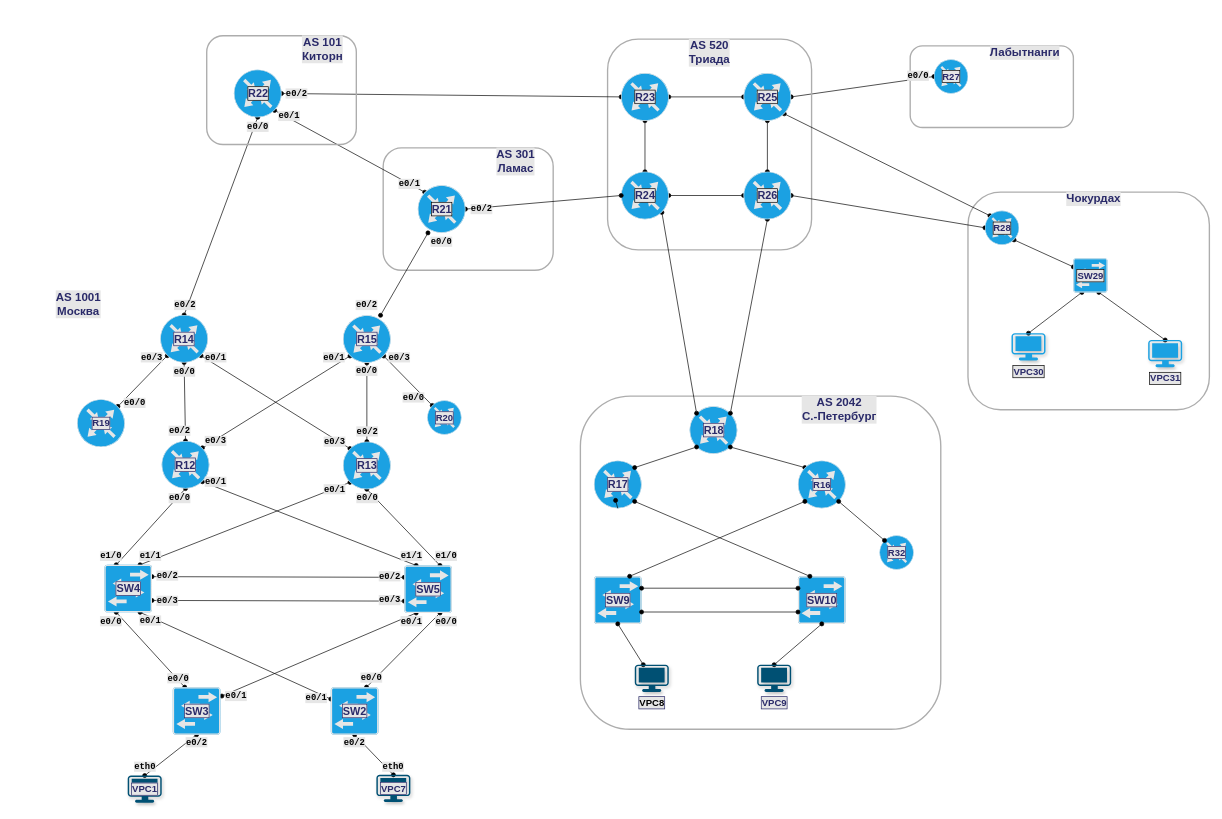
The draw.io diagram Labworks/Lab_04/Labs_Network.drawio in lazarevia/NetEngineer, before the edit. Source tidied: cells renumbered, new cells numbered last; positions are measured from the earlier drawing's top-left corner, leaving out a move shared by most shapes. Both pictures are drawn from the tidied source at 68%, with x=0, y=0 at pixel (50, 35).
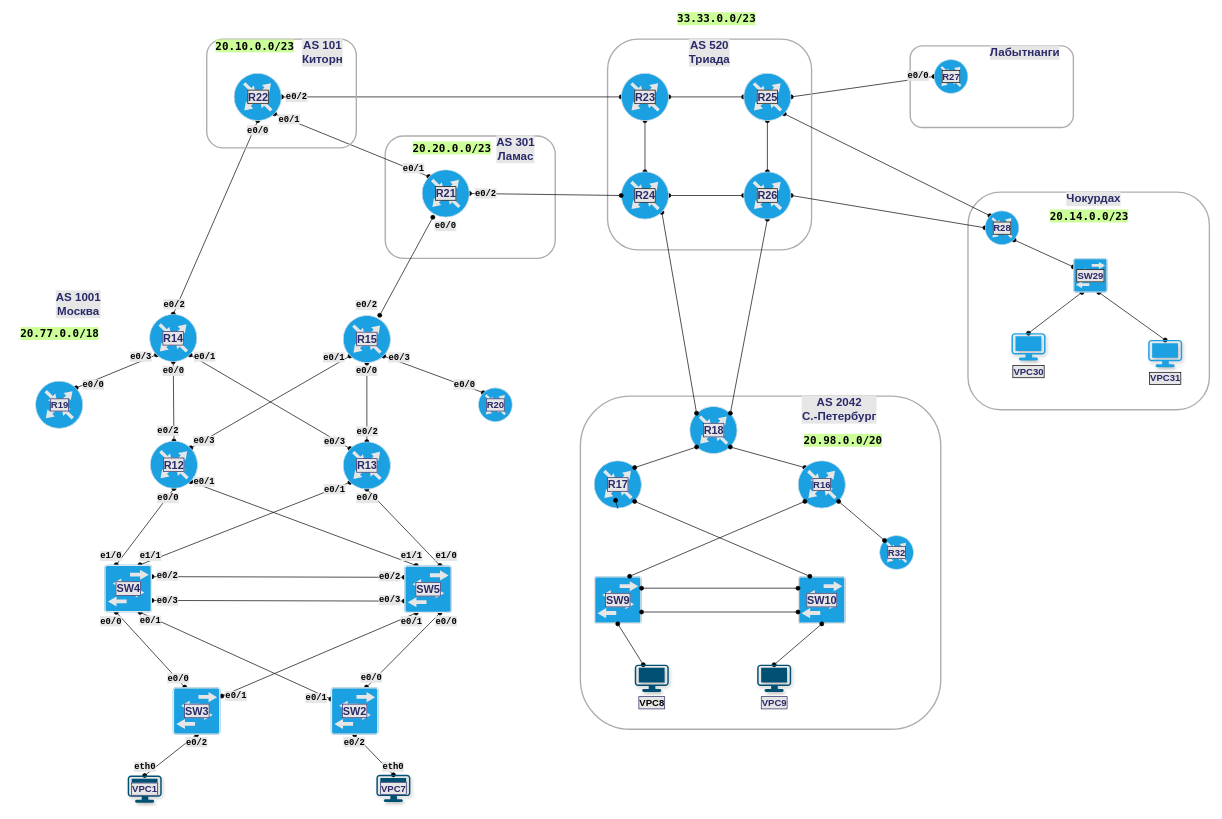
The same diagram, later.

Unchanged cells that the change refers to:
```xml
<mxCell id="8" style="group;" parent="1" vertex="1">
  <mxGeometry x="1350" y="230" width="355" height="320" as="geometry" />
</mxCell>
```

Change to the diagram source:
```diff
@@
     <mxCell id="4" style="rounded=1;whiteSpace=wrap;html=1;shadow=0;glass=0;labelBackgroundColor=none;sketch=0;strokeColor=#ADADAD;strokeWidth=2;fillColor=none;gradientColor=none;fontSize=14;fontColor=#2A2A69;labelBorderColor=#000000;" parent="1" vertex="1">
-      <mxGeometry x="490" y="165" width="250" height="180" as="geometry" />
+      <mxGeometry x="493" y="147.5" width="250" height="180" as="geometry" />
     </mxCell>
@@
+    <mxCell id="155" value="&lt;span style=&quot;background-color: rgb(204 , 255 , 153)&quot;&gt;20.14.0.0/23&lt;/span&gt;" style="text;html=1;align=center;verticalAlign=middle;fontSize=16;fontFamily=Lucida Console;fontColor=#000000;fontStyle=1;" parent="8" vertex="1">
+      <mxGeometry x="107.5" y="25" width="140" height="20" as="geometry" />
+    </mxCell>
@@
-    <mxCell id="14" style="group;fontSize=16;" parent="1" vertex="1">
+    <mxCell id="14" style="group;fontSize=16;fontStyle=1;" parent="1" vertex="1">
       <mxGeometry x="780" y="530" width="530" height="490" as="geometry" />
     </mxCell>
@@
+    <mxCell id="156" value="&lt;span style=&quot;background-color: rgb(204 , 255 , 153)&quot;&gt;&lt;span&gt;20.98.0.0/20&lt;/span&gt;&lt;/span&gt;" style="text;html=1;align=center;verticalAlign=middle;fontSize=16;fontFamily=Lucida Console;fontColor=#000000;fontStyle=1;" parent="14" vertex="1">
+      <mxGeometry x="315.8" y="55" width="140" height="20" as="geometry" />
+    </mxCell>
@@
     <mxCell id="73" value="AS 301&lt;br&gt;Ламас" style="text;html=1;strokeColor=none;fillColor=none;align=center;verticalAlign=middle;whiteSpace=wrap;rounded=0;labelBackgroundColor=#E6E6E6;fontSize=17;fontColor=#2A2A69;fontStyle=1;" parent="1" vertex="1">
-      <mxGeometry x="655" y="175" width="60" height="20" as="geometry" />
+      <mxGeometry x="655" y="157" width="60" height="20" as="geometry" />
     </mxCell>
@@
     <mxCell id="75" style="group;" parent="1" vertex="1">
-      <mxGeometry x="515" y="521.5" width="90" height="65" as="geometry" />
+      <mxGeometry x="590" y="502.8" width="90" height="65" as="geometry" />
     </mxCell>
@@
     <mxCell id="78" style="group;" parent="1" vertex="1">
-      <mxGeometry x="40" y="530" width="105" height="75" as="geometry" />
+      <mxGeometry x="-21.4" y="502.8" width="105" height="75" as="geometry" />
     </mxCell>
@@
     <mxCell id="81" style="group;" parent="1" vertex="1">
-      <mxGeometry x="164.3" y="571" width="100" height="119" as="geometry" />
+      <mxGeometry x="147.3" y="571" width="100" height="119" as="geometry" />
     </mxCell>
@@
     <mxCell id="93" style="group;" parent="1" vertex="1">
-      <mxGeometry x="130.3" y="386.2" width="134" height="117.5" as="geometry" />
+      <mxGeometry x="114.3" y="385" width="134" height="117.5" as="geometry" />
     </mxCell>
@@
     <mxCell id="138" style="group;" parent="1" vertex="1">
-      <mxGeometry x="509" y="208" width="146" height="105" as="geometry" />
+      <mxGeometry x="515" y="185" width="146" height="105" as="geometry" />
     </mxCell>
@@
     <mxCell id="143" style="group;" parent="1" vertex="1">
-      <mxGeometry x="230.5" width="220" height="160" as="geometry" />
+      <mxGeometry x="230.5" y="5" width="220" height="160" as="geometry" />
     </mxCell>
@@
+    <mxCell id="157" value="20.10.0.0/23" style="text;html=1;align=center;verticalAlign=middle;fontSize=16;fontFamily=Lucida Console;fontColor=#000000;labelBackgroundColor=#CCFF99;fontStyle=1;" parent="143" vertex="1">
+      <mxGeometry width="140" height="20" as="geometry" />
+    </mxCell>
@@
+    <mxCell id="158" value="&lt;span style=&quot;background-color: rgb(204 , 255 , 153)&quot;&gt;20.77.0.0/18&lt;/span&gt;" style="text;html=1;align=center;verticalAlign=middle;fontSize=16;fontFamily=Lucida Console;fontColor=#000000;fontStyle=1;" parent="1" vertex="1">
+      <mxGeometry x="-56.4" y="427.5" width="140" height="20" as="geometry" />
+    </mxCell>
+    <mxCell id="159" value="33.33.0.0/23" style="text;html=1;align=center;verticalAlign=middle;fontSize=16;fontFamily=Lucida Console;fontColor=#000000;labelBackgroundColor=#CCFF99;fontStyle=1;" parent="1" vertex="1">
+      <mxGeometry x="910" y="-35" width="140" height="20" as="geometry" />
+    </mxCell>
+    <mxCell id="160" value="&lt;span style=&quot;background-color: rgb(204 , 255 , 153)&quot;&gt;&lt;b&gt;20.20.0.0/23&lt;/b&gt;&lt;/span&gt;" style="text;html=1;align=center;verticalAlign=middle;fontSize=16;fontFamily=Lucida Console;fontColor=#000000;" parent="1" vertex="1">
+      <mxGeometry x="521" y="155" width="140" height="20" as="geometry" />
+    </mxCell>
```
